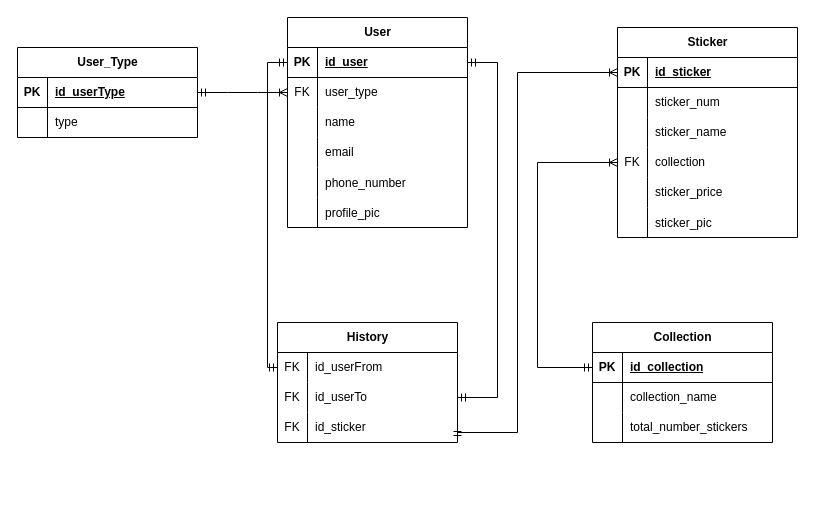
The draw.io diagram ModeloRelacional.drawio in FranciscoPPimenta/TW, before the edit. Source tidied: cells renumbered, new cells numbered last; positions are measured from the earlier drawing's top-left corner, leaving out a move shared by most shapes. Both pictures are drawn from the tidied source at 100%, with x=0, y=0 at pixel (17, 17).
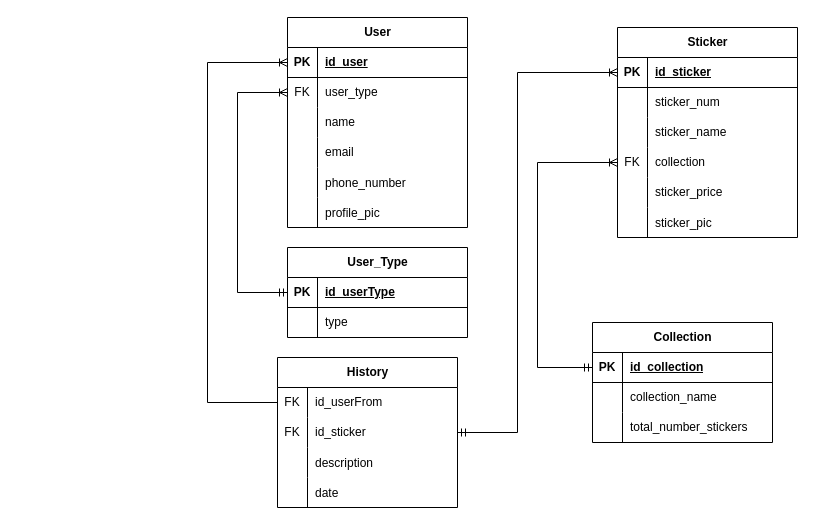
Above is the later version.

The change refers to these unchanged cells:
```xml
<mxCell id="3" style="shape=tableRow;horizontal=0;startSize=0;swimlaneHead=0;swimlaneBody=0;fillColor=none;points=[[0,0.5],[1,0.5]];portConstraint=eastwest;top=0;left=0;right=0;bottom=1;" parent="2" vertex="1">
  <mxGeometry y="30" width="180" height="30" as="geometry" />
</mxCell>
<mxCell id="6" style="shape=tableRow;horizontal=0;startSize=0;swimlaneHead=0;swimlaneBody=0;fillColor=none;points=[[0,0.5],[1,0.5]];portConstraint=eastwest;top=0;left=0;right=0;bottom=0;" parent="2" vertex="1">
  <mxGeometry y="60" width="180" height="30" as="geometry" />
</mxCell>
<mxCell id="22" style="shape=tableRow;horizontal=0;startSize=0;swimlaneHead=0;swimlaneBody=0;fillColor=none;points=[[0,0.5],[1,0.5]];portConstraint=eastwest;top=0;left=0;right=0;bottom=1;" parent="21" vertex="1">
  <mxGeometry y="30" width="180" height="30" as="geometry" />
</mxCell>
<mxCell id="29" style="shape=tableRow;horizontal=0;startSize=0;swimlaneHead=0;swimlaneBody=0;fillColor=none;points=[[0,0.5],[1,0.5]];portConstraint=eastwest;top=0;left=0;right=0;bottom=1;" parent="28" vertex="1">
  <mxGeometry y="30" width="180" height="30" as="geometry" />
</mxCell>
<mxCell id="48" style="shape=tableRow;horizontal=0;startSize=0;swimlaneHead=0;swimlaneBody=0;fillColor=none;points=[[0,0.5],[1,0.5]];portConstraint=eastwest;top=0;left=0;right=0;bottom=0;" parent="47" vertex="1">
  <mxGeometry y="30" width="180" height="30" as="geometry" />
</mxCell>
```

The edit, as a diff of the source:
```diff
@@
     <mxCell id="21" value="User_Type" style="shape=table;startSize=30;childLayout=tableLayout;rowLines=0;fontStyle=1;align=center;html=1;" parent="1" vertex="1">
-      <mxGeometry y="30" width="180" height="90" as="geometry" />
+      <mxGeometry x="270" y="230" width="180" height="90" as="geometry" />
     </mxCell>
@@
     <mxCell id="47" value="History" style="shape=table;startSize=30;childLayout=tableLayout;rowLines=0;fontStyle=1;align=center;html=1;" parent="1" vertex="1">
-      <mxGeometry x="260" y="305" width="180" height="120" as="geometry" />
+      <mxGeometry x="260" y="340" width="180" height="150" as="geometry" />
     </mxCell>
@@
-    <mxCell id="51" style="shape=tableRow;horizontal=0;startSize=0;swimlaneHead=0;swimlaneBody=0;fillColor=none;points=[[0,0.5],[1,0.5]];portConstraint=eastwest;top=0;left=0;right=0;bottom=0;" parent="47" vertex="1">
-      <mxGeometry y="60" width="180" height="30" as="geometry" />
-    </mxCell>
-    <mxCell id="52" value="FK" style="shape=partialRectangle;fillColor=none;top=0;left=0;bottom=0;right=0;fontStyle=0;overflow=hidden;whiteSpace=wrap;html=1;" parent="51" vertex="1">
-      <mxGeometry width="30" height="30" as="geometry" />
-    </mxCell>
-    <mxCell id="53" value="id_userTo" style="shape=partialRectangle;fillColor=none;top=0;left=0;bottom=0;right=0;align=left;spacingLeft=6;fontStyle=0;overflow=hidden;whiteSpace=wrap;html=1;" parent="51" vertex="1">
-      <mxGeometry x="30" width="150" height="30" as="geometry" />
-    </mxCell>
     <mxCell id="54" style="shape=tableRow;horizontal=0;startSize=0;swimlaneHead=0;swimlaneBody=0;fillColor=none;points=[[0,0.5],[1,0.5]];portConstraint=eastwest;top=0;left=0;right=0;bottom=0;" parent="47" vertex="1">
-      <mxGeometry y="90" width="180" height="30" as="geometry" />
+      <mxGeometry y="60" width="180" height="30" as="geometry" />
     </mxCell>
@@
+    <mxCell id="72" style="shape=tableRow;horizontal=0;startSize=0;swimlaneHead=0;swimlaneBody=0;fillColor=none;top=0;left=0;right=0;bottom=0;" parent="47" vertex="1">
+      <mxGeometry y="90" width="180" height="30" as="geometry" />
+    </mxCell>
+    <mxCell id="73" style="shape=partialRectangle;fillColor=none;top=0;left=0;bottom=0;right=0;overflow=hidden;" parent="72" vertex="1">
+      <mxGeometry width="30" height="30" as="geometry" />
+    </mxCell>
+    <mxCell id="74" value="description" style="shape=partialRectangle;fillColor=none;top=0;left=0;bottom=0;right=0;align=left;spacingLeft=6;overflow=hidden;" parent="72" vertex="1">
+      <mxGeometry x="30" width="150" height="30" as="geometry" />
+    </mxCell>
+    <mxCell id="75" style="shape=tableRow;horizontal=0;startSize=0;swimlaneHead=0;swimlaneBody=0;fillColor=none;top=0;left=0;right=0;bottom=0;" parent="47" vertex="1">
+      <mxGeometry y="120" width="180" height="30" as="geometry" />
+    </mxCell>
+    <mxCell id="76" style="shape=partialRectangle;fillColor=none;top=0;left=0;bottom=0;right=0;overflow=hidden;" parent="75" vertex="1">
+      <mxGeometry width="30" height="30" as="geometry" />
+    </mxCell>
+    <mxCell id="77" value="date" style="shape=partialRectangle;fillColor=none;top=0;left=0;bottom=0;right=0;align=left;spacingLeft=6;overflow=hidden;" parent="75" vertex="1">
+      <mxGeometry x="30" width="150" height="30" as="geometry" />
+    </mxCell>
@@
-    <mxCell id="67" style="edgeStyle=entityRelationEdgeStyle;fontSize=12;html=1;endArrow=ERoneToMany;startArrow=ERmandOne;rounded=0;exitX=1;exitY=0.5;exitDx=0;exitDy=0;entryX=0;entryY=0.5;entryDx=0;entryDy=0;" parent="1" edge="1" source="22" target="6">
-      <mxGeometry relative="1" as="geometry" />
+    <mxCell id="67" style="edgeStyle=orthogonalEdgeStyle;fontSize=12;html=1;endArrow=ERoneToMany;startArrow=ERmandOne;rounded=0;exitX=0;exitY=0.5;exitDx=0;exitDy=0;entryX=0;entryY=0.5;entryDx=0;entryDy=0;" parent="1" edge="1" source="22" target="6">
+      <mxGeometry relative="1" as="geometry">
+        <Array as="points">
+          <mxPoint x="220" y="275" />
+          <mxPoint x="220" y="75" />
+        </Array>
+      </mxGeometry>
     </mxCell>
@@
     <mxCell id="69" style="edgeStyle=orthogonalEdgeStyle;fontSize=12;html=1;endArrow=ERoneToMany;startArrow=ERmandOne;rounded=0;entryX=0;entryY=0.5;entryDx=0;entryDy=0;exitX=1;exitY=0.5;exitDx=0;exitDy=0;" parent="1" edge="1" source="54" target="29">
       <mxGeometry relative="1" as="geometry">
         <Array as="points">
-          <mxPoint x="440" y="415" />
           <mxPoint x="500" y="415" />
           <mxPoint x="500" y="55" />
         </Array>
       </mxGeometry>
     </mxCell>
-    <mxCell id="70" style="edgeStyle=orthogonalEdgeStyle;fontSize=12;html=1;endArrow=ERmandOne;startArrow=ERmandOne;rounded=0;entryX=0;entryY=0.5;entryDx=0;entryDy=0;exitX=0;exitY=0.5;exitDx=0;exitDy=0;" parent="1" edge="1" source="3" target="48">
-      <mxGeometry relative="1" as="geometry" />
-    </mxCell>
-    <mxCell id="71" style="edgeStyle=orthogonalEdgeStyle;fontSize=12;html=1;endArrow=ERmandOne;startArrow=ERmandOne;rounded=0;entryX=1;entryY=0.5;entryDx=0;entryDy=0;exitX=1;exitY=0.5;exitDx=0;exitDy=0;" parent="1" edge="1" source="3" target="51">
-      <mxGeometry relative="1" as="geometry">
-        <Array as="points">
-          <mxPoint x="480" y="45" />
-          <mxPoint x="480" y="380" />
-        </Array>
-      </mxGeometry>
-    </mxCell>
+    <mxCell id="78" style="edgeStyle=orthogonalEdgeStyle;fontSize=12;html=1;endArrow=ERoneToMany;rounded=0;entryX=0;entryY=0.5;entryDx=0;entryDy=0;exitX=0;exitY=0.5;exitDx=0;exitDy=0;" parent="1" edge="1" source="48" target="3">
+      <mxGeometry relative="1" as="geometry">
+        <Array as="points">
+          <mxPoint x="190" y="385" />
+          <mxPoint x="190" y="45" />
+        </Array>
+      </mxGeometry>
+    </mxCell>
```
